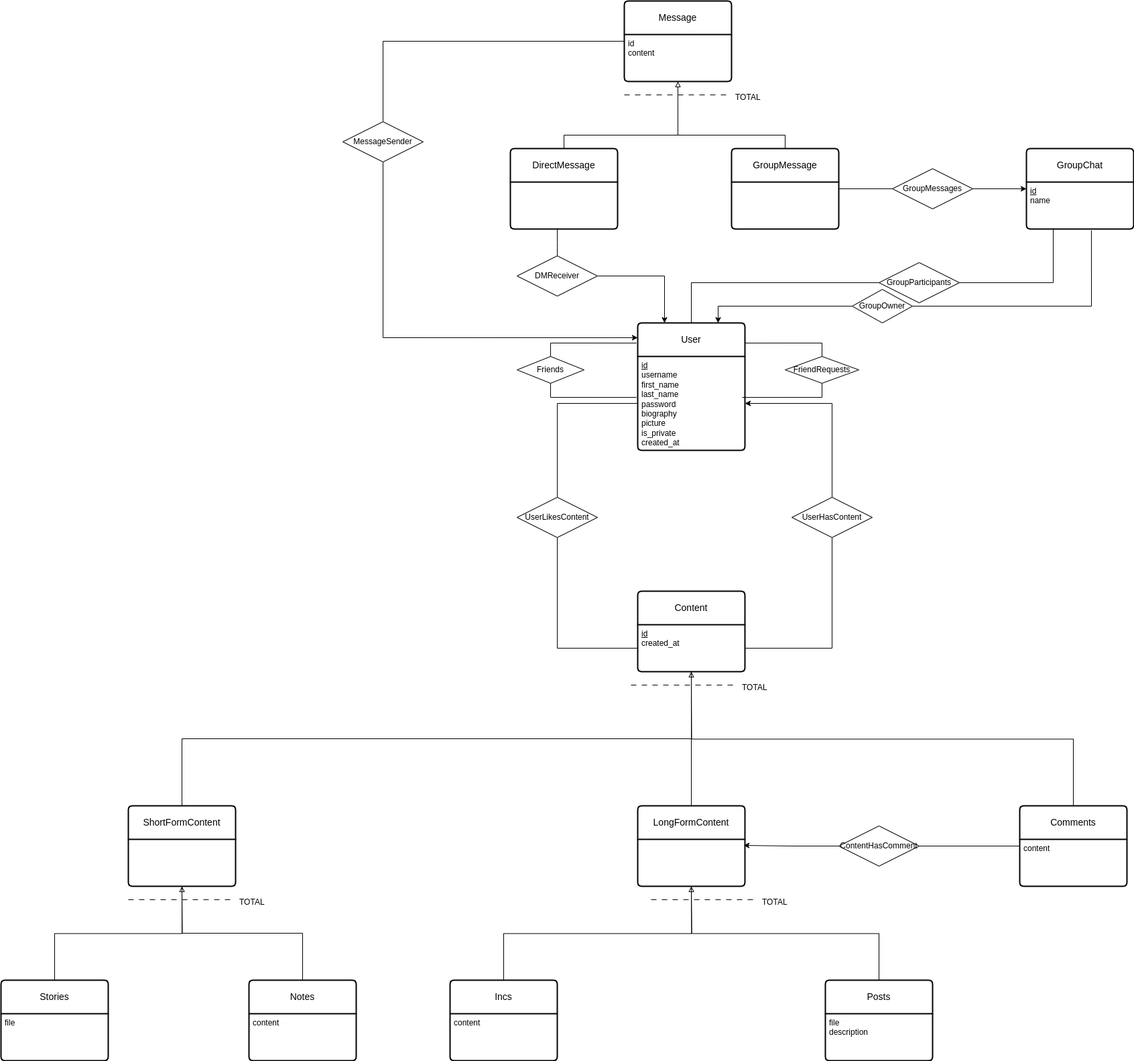
Above: docs/database/ER/ModeloEntidadeRelacao.png in edagener0/Inclusion (draw.io), before the change. Source tidied: cells renumbered, new cells last; positions are measured from the earlier drawing's top-left corner, leaving out a move shared by most shapes.
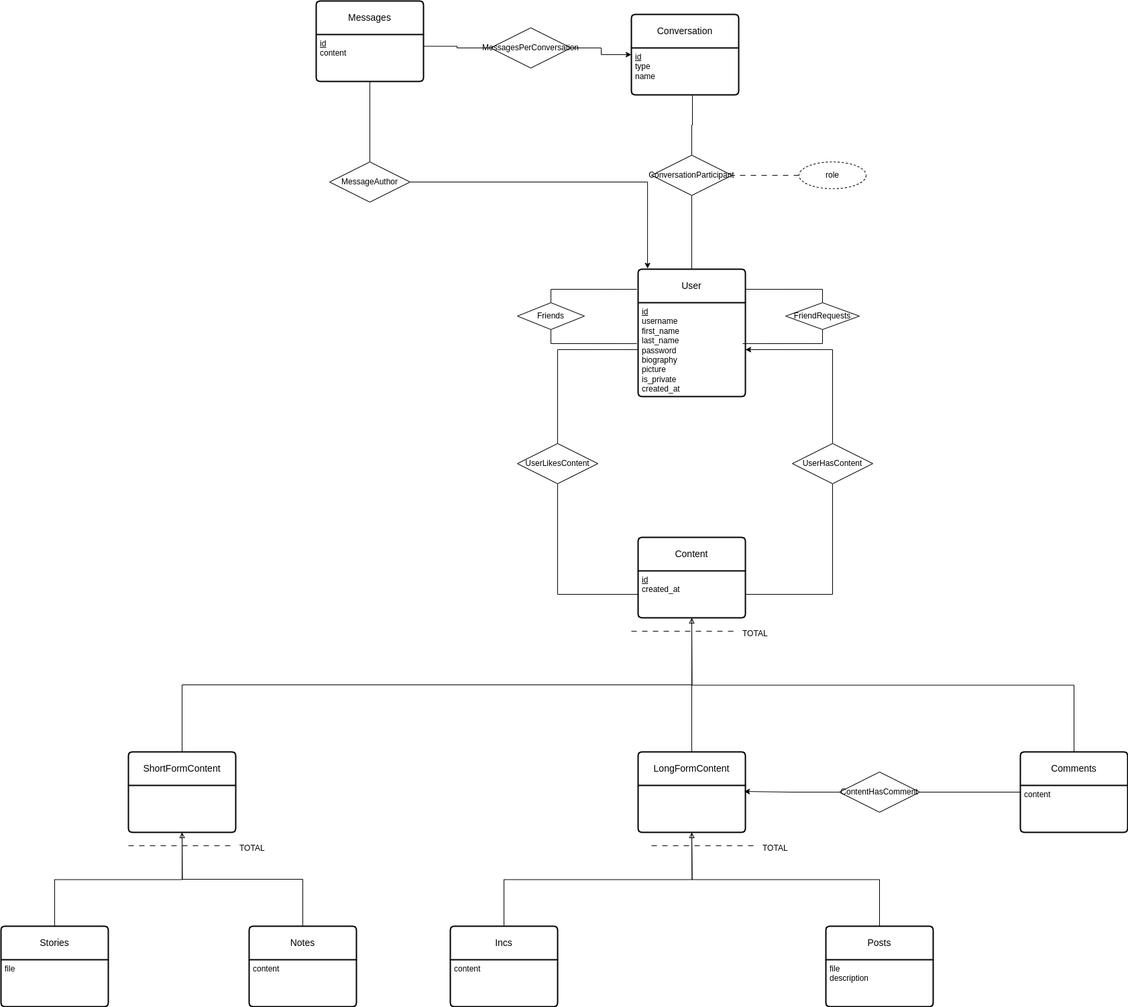
Later version of the same file.

Commit message:
docs: Consertou-se o modelo ER e relacional da base de dados.

Diff of the diagram source:
```diff
@@ -2,12 +2,9 @@
   <root>
     <mxCell id="0" />
     <mxCell id="1" parent="0" />
-    <mxCell id="2" style="edgeStyle=orthogonalEdgeStyle;rounded=0;jettySize=auto;html=1;exitX=0.5;exitY=0;exitDx=0;exitDy=0;entryX=0;entryY=0.5;entryDx=0;entryDy=0;endArrow=none;startFill=0;" parent="1" edge="1" source="4" target="65">
-      <mxGeometry relative="1" as="geometry" />
-    </mxCell>
-    <mxCell id="3" style="edgeStyle=orthogonalEdgeStyle;rounded=0;jettySize=auto;html=1;exitX=0.25;exitY=0;exitDx=0;exitDy=0;entryX=1;entryY=0.5;entryDx=0;entryDy=0;endArrow=none;startFill=1;endFill=1;startArrow=classic;" parent="1" edge="1" source="4" target="68">
-      <mxGeometry relative="1" as="geometry" />
-    </mxCell>
+    <mxCell id="76" style="edgeStyle=orthogonalEdgeStyle;rounded=0;jettySize=auto;html=1;exitX=0.5;exitY=0;exitDx=0;exitDy=0;entryX=0.5;entryY=1;entryDx=0;entryDy=0;endArrow=none;startFill=0;" parent="1" edge="1" source="4" target="79">
+      <mxGeometry relative="1" as="geometry" />
+    </mxCell>
     <mxCell id="4" value="User" style="swimlane;horizontal=1;startSize=50;rounded=1;fontSize=14;fontStyle=0;strokeWidth=2;shadow=0;dashed=0;align=center;arcSize=4;whiteSpace=wrap;html=1;" parent="1" vertex="1">
       <mxGeometry x="950" y="480" width="160" height="190" as="geometry" />
     </mxCell>
@@ -186,81 +183,47 @@
         <mxPoint x="1115" y="275" as="targetPoint" />
       </mxGeometry>
     </mxCell>
-    <mxCell id="53" value="Message" style="swimlane;horizontal=1;startSize=50;rounded=1;fontSize=14;fontStyle=0;strokeWidth=2;shadow=0;dashed=0;align=center;arcSize=4;whiteSpace=wrap;html=1;" parent="1" vertex="1">
-      <mxGeometry x="930" width="160" height="120" as="geometry" />
-    </mxCell>
+    <mxCell id="77" value="Conversation" style="swimlane;horizontal=1;startSize=50;rounded=1;fontSize=14;fontStyle=0;strokeWidth=2;shadow=0;dashed=0;align=center;arcSize=4;whiteSpace=wrap;html=1;" parent="1" vertex="1">
+      <mxGeometry x="940" y="100" width="160" height="120" as="geometry" />
+    </mxCell>
+    <mxCell id="78" value="&lt;div&gt;&lt;u&gt;id&lt;/u&gt;&lt;/div&gt;type&lt;div&gt;name&lt;/div&gt;" style="align=left;strokeColor=none;fillColor=none;spacingLeft=4;spacingRight=4;fontSize=12;verticalAlign=top;html=1;whiteSpace=wrap;" parent="77" vertex="1">
+      <mxGeometry y="50" width="160" height="70" as="geometry" />
+    </mxCell>
+    <mxCell id="79" value="ConversationParticipant" style="shape=rhombus;perimeter=rhombusPerimeter;whiteSpace=wrap;html=1;align=center;" parent="1" vertex="1">
+      <mxGeometry x="970" y="310" width="120" height="60" as="geometry" />
+    </mxCell>
+    <mxCell id="80" style="edgeStyle=orthogonalEdgeStyle;rounded=0;jettySize=auto;html=1;exitX=0.5;exitY=0;exitDx=0;exitDy=0;entryX=0.569;entryY=1.014;entryDx=0;entryDy=0;entryPerimeter=0;endArrow=none;startFill=0;" parent="1" edge="1" source="79" target="78">
+      <mxGeometry relative="1" as="geometry" />
+    </mxCell>
+    <mxCell id="81" style="edgeStyle=orthogonalEdgeStyle;rounded=0;jettySize=auto;html=1;exitX=0;exitY=0.5;exitDx=0;exitDy=0;entryX=1;entryY=0.5;entryDx=0;entryDy=0;endArrow=none;startFill=0;dashed=1;dashPattern=8 8;" parent="1" edge="1" source="82" target="79">
+      <mxGeometry relative="1" as="geometry" />
+    </mxCell>
+    <mxCell id="82" value="role" style="ellipse;whiteSpace=wrap;html=1;align=center;dashed=1;" parent="1" vertex="1">
+      <mxGeometry x="1190" y="320" width="100" height="40" as="geometry" />
+    </mxCell>
+    <mxCell id="83" value="Messages" style="swimlane;horizontal=1;startSize=50;rounded=1;fontSize=14;fontStyle=0;strokeWidth=2;shadow=0;dashed=0;align=center;arcSize=4;whiteSpace=wrap;html=1;" parent="1" vertex="1">
+      <mxGeometry x="470" y="80" width="160" height="120" as="geometry" />
+    </mxCell>
-    <mxCell id="54" value="id&lt;div&gt;content&lt;/div&gt;" style="align=left;strokeColor=none;fillColor=none;spacingLeft=4;spacingRight=4;fontSize=12;verticalAlign=top;html=1;whiteSpace=wrap;" parent="53" vertex="1">
+    <mxCell id="54" value="&lt;u&gt;id&lt;/u&gt;&lt;div&gt;content&lt;/div&gt;" style="align=left;strokeColor=none;fillColor=none;spacingLeft=4;spacingRight=4;fontSize=12;verticalAlign=top;html=1;whiteSpace=wrap;" parent="83" vertex="1">
       <mxGeometry y="50" width="160" height="70" as="geometry" />
     </mxCell>
-    <mxCell id="55" value="DirectMessage" style="swimlane;horizontal=1;startSize=50;rounded=1;fontSize=14;fontStyle=0;strokeWidth=2;shadow=0;dashed=0;align=center;arcSize=4;whiteSpace=wrap;html=1;" parent="1" vertex="1">
-      <mxGeometry x="760" y="220" width="160" height="120" as="geometry" />
-    </mxCell>
-    <mxCell id="56" style="edgeStyle=orthogonalEdgeStyle;rounded=0;jettySize=auto;html=1;exitX=0.5;exitY=0;exitDx=0;exitDy=0;entryX=0.5;entryY=0;entryDx=0;entryDy=0;endArrow=none;startFill=0;" parent="1" edge="1" source="57" target="55">
-      <mxGeometry relative="1" as="geometry" />
-    </mxCell>
-    <mxCell id="57" value="GroupMessage" style="swimlane;horizontal=1;startSize=50;rounded=1;fontSize=14;fontStyle=0;strokeWidth=2;shadow=0;dashed=0;align=center;arcSize=4;whiteSpace=wrap;html=1;" parent="1" vertex="1">
-      <mxGeometry x="1090" y="220" width="160" height="120" as="geometry" />
-    </mxCell>
-    <mxCell id="58" value="GroupChat" style="swimlane;horizontal=1;startSize=50;rounded=1;fontSize=14;fontStyle=0;strokeWidth=2;shadow=0;dashed=0;align=center;arcSize=4;whiteSpace=wrap;html=1;" parent="1" vertex="1">
-      <mxGeometry x="1530" y="220" width="160" height="120" as="geometry" />
-    </mxCell>
-    <mxCell id="59" value="&lt;u&gt;id&lt;/u&gt;&lt;div&gt;name&lt;/div&gt;" style="align=left;strokeColor=none;fillColor=none;spacingLeft=4;spacingRight=4;fontSize=12;verticalAlign=top;html=1;whiteSpace=wrap;" parent="58" vertex="1">
-      <mxGeometry y="50" width="160" height="70" as="geometry" />
-    </mxCell>
-    <mxCell id="60" style="endArrow=none;html=1;rounded=0;exitX=0.5;exitY=1;exitDx=0;exitDy=0;endFill=0;startFill=0;startArrow=block;" parent="1" edge="1" source="54">
-      <mxGeometry relative="1" as="geometry">
-        <mxPoint x="1010" y="200" as="targetPoint" />
-      </mxGeometry>
-    </mxCell>
-    <mxCell id="61" style="edgeStyle=orthogonalEdgeStyle;rounded=0;jettySize=auto;html=1;exitX=0;exitY=0.5;exitDx=0;exitDy=0;entryX=1;entryY=0.5;entryDx=0;entryDy=0;endArrow=none;startFill=0;" parent="1" edge="1" source="63" target="57">
-      <mxGeometry relative="1" as="geometry" />
-    </mxCell>
-    <mxCell id="62" style="edgeStyle=orthogonalEdgeStyle;rounded=0;jettySize=auto;html=1;exitX=1;exitY=0.5;exitDx=0;exitDy=0;entryX=0;entryY=0.5;entryDx=0;entryDy=0;" parent="1" edge="1" source="63" target="58">
-      <mxGeometry relative="1" as="geometry" />
-    </mxCell>
-    <mxCell id="63" value="GroupMessages" style="shape=rhombus;perimeter=rhombusPerimeter;whiteSpace=wrap;html=1;align=center;" parent="1" vertex="1">
-      <mxGeometry x="1330" y="250" width="120" height="60" as="geometry" />
-    </mxCell>
-    <mxCell id="64" style="edgeStyle=orthogonalEdgeStyle;rounded=0;jettySize=auto;html=1;exitX=1;exitY=0.5;exitDx=0;exitDy=0;entryX=0.25;entryY=1;entryDx=0;entryDy=0;endArrow=none;startFill=0;" parent="1" edge="1" source="65" target="59">
-      <mxGeometry relative="1" as="geometry" />
-    </mxCell>
-    <mxCell id="65" value="GroupParticipants" style="shape=rhombus;perimeter=rhombusPerimeter;whiteSpace=wrap;html=1;align=center;" parent="1" vertex="1">
-      <mxGeometry x="1310" y="390" width="120" height="60" as="geometry" />
-    </mxCell>
-    <mxCell id="66" style="edgeStyle=orthogonalEdgeStyle;rounded=0;jettySize=auto;html=1;exitX=0.5;exitY=0;exitDx=0;exitDy=0;entryX=0;entryY=0.5;entryDx=0;entryDy=0;endArrow=none;startFill=0;" parent="1" edge="1" source="67" target="53">
-      <mxGeometry relative="1" as="geometry" />
-    </mxCell>
-    <mxCell id="67" value="MessageSender" style="shape=rhombus;perimeter=rhombusPerimeter;whiteSpace=wrap;html=1;align=center;" parent="1" vertex="1">
-      <mxGeometry x="510" y="180" width="120" height="60" as="geometry" />
-    </mxCell>
-    <mxCell id="68" value="DMReceiver" style="shape=rhombus;perimeter=rhombusPerimeter;whiteSpace=wrap;html=1;align=center;" parent="1" vertex="1">
-      <mxGeometry x="770" y="380" width="120" height="60" as="geometry" />
-    </mxCell>
-    <mxCell id="69" style="edgeStyle=orthogonalEdgeStyle;rounded=0;jettySize=auto;html=1;exitX=0.5;exitY=0;exitDx=0;exitDy=0;endArrow=none;startFill=0;" parent="1" edge="1" source="68">
-      <mxGeometry relative="1" as="geometry">
-        <mxPoint x="830" y="340" as="targetPoint" />
-      </mxGeometry>
-    </mxCell>
-    <mxCell id="70" style="edgeStyle=orthogonalEdgeStyle;rounded=0;jettySize=auto;html=1;exitX=0.5;exitY=1;exitDx=0;exitDy=0;entryX=0;entryY=0.116;entryDx=0;entryDy=0;entryPerimeter=0;" parent="1" edge="1" source="67" target="4">
-      <mxGeometry relative="1" as="geometry" />
-    </mxCell>
-    <mxCell id="71" value="TOTAL" style="text;strokeColor=none;fillColor=none;spacingLeft=4;spacingRight=4;overflow=hidden;fontSize=12;whiteSpace=wrap;html=1;" parent="1" vertex="1">
-      <mxGeometry x="1090" y="130" width="60" height="30" as="geometry" />
-    </mxCell>
-    <mxCell id="72" style="endArrow=none;html=1;rounded=0;dashed=1;dashPattern=8 8;" parent="1" edge="1">
-      <mxGeometry relative="1" as="geometry">
-        <mxPoint x="930" y="140" as="sourcePoint" />
-        <mxPoint x="1090" y="140" as="targetPoint" />
-      </mxGeometry>
-    </mxCell>
-    <mxCell id="73" style="edgeStyle=orthogonalEdgeStyle;rounded=0;jettySize=auto;html=1;exitX=0;exitY=0.5;exitDx=0;exitDy=0;entryX=0.75;entryY=0;entryDx=0;entryDy=0;" parent="1" edge="1" source="74" target="4">
-      <mxGeometry relative="1" as="geometry" />
-    </mxCell>
-    <mxCell id="74" value="GroupOwner" style="shape=rhombus;perimeter=rhombusPerimeter;whiteSpace=wrap;html=1;align=center;" parent="1" vertex="1">
-      <mxGeometry x="1270" y="430" width="90" height="50" as="geometry" />
-    </mxCell>
-    <mxCell id="75" style="edgeStyle=orthogonalEdgeStyle;rounded=0;jettySize=auto;html=1;exitX=1;exitY=0.5;exitDx=0;exitDy=0;entryX=0.606;entryY=1.029;entryDx=0;entryDy=0;entryPerimeter=0;endArrow=none;startFill=0;" parent="1" edge="1" source="74" target="59">
-      <mxGeometry relative="1" as="geometry" />
-    </mxCell>
+    <mxCell id="84" style="edgeStyle=orthogonalEdgeStyle;rounded=0;jettySize=auto;html=1;exitX=0;exitY=0.5;exitDx=0;exitDy=0;entryX=1;entryY=0.25;entryDx=0;entryDy=0;endArrow=none;startFill=0;" parent="1" edge="1" source="86" target="54">
+      <mxGeometry relative="1" as="geometry" />
+    </mxCell>
+    <mxCell id="85" style="edgeStyle=orthogonalEdgeStyle;rounded=0;jettySize=auto;html=1;exitX=1;exitY=0.5;exitDx=0;exitDy=0;" parent="1" edge="1" source="86" target="77">
+      <mxGeometry relative="1" as="geometry" />
+    </mxCell>
+    <mxCell id="86" value="MessagesPerConversation" style="shape=rhombus;perimeter=rhombusPerimeter;whiteSpace=wrap;html=1;align=center;" parent="1" vertex="1">
+      <mxGeometry x="730" y="120" width="120" height="60" as="geometry" />
+    </mxCell>
+    <mxCell id="87" style="edgeStyle=orthogonalEdgeStyle;rounded=0;jettySize=auto;html=1;exitX=0.5;exitY=0;exitDx=0;exitDy=0;entryX=0.5;entryY=1;entryDx=0;entryDy=0;endArrow=none;startFill=0;" parent="1" edge="1" source="88" target="54">
+      <mxGeometry relative="1" as="geometry" />
+    </mxCell>
+    <mxCell id="88" value="MessageAuthor" style="shape=rhombus;perimeter=rhombusPerimeter;whiteSpace=wrap;html=1;align=center;" parent="1" vertex="1">
+      <mxGeometry x="490" y="320" width="120" height="60" as="geometry" />
+    </mxCell>
+    <mxCell id="89" style="edgeStyle=orthogonalEdgeStyle;rounded=0;jettySize=auto;html=1;exitX=1;exitY=0.5;exitDx=0;exitDy=0;entryX=0.088;entryY=-0.005;entryDx=0;entryDy=0;entryPerimeter=0;" parent="1" edge="1" source="88" target="4">
+      <mxGeometry relative="1" as="geometry" />
+    </mxCell>
   </root>
 </mxGraphModel>
```
